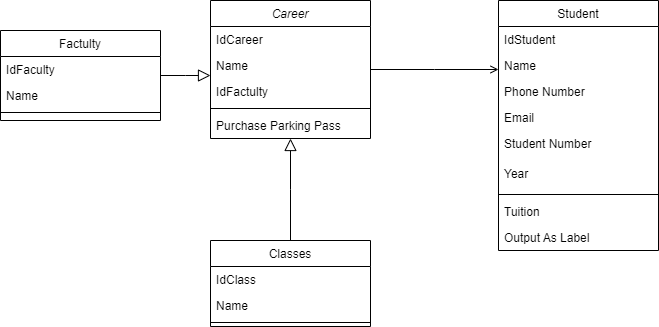
Earlier version of the draw.io export Untitled Diagram.drawio.png (GuilleAlvarado/draw). Source tidied: cells renumbered, new cells last; positions are measured from the earlier drawing's top-left corner, leaving out a move shared by most shapes. Its diagram source:
```xml
<mxGraphModel>
  <root>
    <mxCell id="0" />
    <mxCell id="1" parent="0" />
    <mxCell id="2" value="Career" style="swimlane;fontStyle=2;align=center;verticalAlign=top;horizontal=1;startSize=26;rounded=0;shadow=0;strokeWidth=1;" parent="1" vertex="1">
      <mxGeometry x="210" width="160" height="138" as="geometry" />
    </mxCell>
    <mxCell id="3" value="IdCareer" style="text;align=left;verticalAlign=top;spacingLeft=4;spacingRight=4;overflow=hidden;" parent="2" vertex="1">
      <mxGeometry y="26" width="160" height="26" as="geometry" />
    </mxCell>
    <mxCell id="4" value="Name" style="text;align=left;verticalAlign=top;spacingLeft=4;spacingRight=4;overflow=hidden;rounded=0;shadow=0;html=0;" parent="2" vertex="1">
      <mxGeometry y="52" width="160" height="26" as="geometry" />
    </mxCell>
    <mxCell id="5" value="IdFactulty" style="text;align=left;verticalAlign=top;spacingLeft=4;spacingRight=4;overflow=hidden;rounded=0;shadow=0;html=0;" parent="2" vertex="1">
      <mxGeometry y="78" width="160" height="26" as="geometry" />
    </mxCell>
    <mxCell id="6" style="line;html=1;strokeWidth=1;align=left;verticalAlign=middle;spacingTop=-1;spacingLeft=3;spacingRight=3;labelPosition=right;" parent="2" vertex="1">
      <mxGeometry y="104" width="160" height="8" as="geometry" />
    </mxCell>
    <mxCell id="7" value="Purchase Parking Pass" style="text;align=left;verticalAlign=top;spacingLeft=4;spacingRight=4;overflow=hidden;" parent="2" vertex="1">
      <mxGeometry y="112" width="160" height="26" as="geometry" />
    </mxCell>
    <mxCell id="8" value="Factulty" style="swimlane;fontStyle=0;align=center;verticalAlign=top;horizontal=1;startSize=26;rounded=0;shadow=0;strokeWidth=1;" parent="1" vertex="1">
      <mxGeometry y="30" width="160" height="90" as="geometry" />
    </mxCell>
    <mxCell id="9" value="IdFaculty" style="text;align=left;verticalAlign=top;spacingLeft=4;spacingRight=4;overflow=hidden;" parent="8" vertex="1">
      <mxGeometry y="26" width="160" height="26" as="geometry" />
    </mxCell>
    <mxCell id="10" value="Name" style="text;align=left;verticalAlign=top;spacingLeft=4;spacingRight=4;overflow=hidden;rounded=0;shadow=0;html=0;" parent="8" vertex="1">
      <mxGeometry y="52" width="160" height="26" as="geometry" />
    </mxCell>
    <mxCell id="11" style="line;html=1;strokeWidth=1;align=left;verticalAlign=middle;spacingTop=-1;spacingLeft=3;spacingRight=3;labelPosition=right;" parent="8" vertex="1">
      <mxGeometry y="78" width="160" height="8" as="geometry" />
    </mxCell>
    <mxCell id="12" style="endArrow=block;endSize=10;endFill=0;shadow=0;strokeWidth=1;rounded=0;edgeStyle=elbowEdgeStyle;elbow=vertical;" parent="1" edge="1" source="8" target="2">
      <mxGeometry relative="1" as="geometry" />
    </mxCell>
    <mxCell id="13" value="Classes" style="swimlane;fontStyle=0;align=center;verticalAlign=top;horizontal=1;startSize=26;rounded=0;shadow=0;strokeWidth=1;" parent="1" vertex="1">
      <mxGeometry x="210" y="240" width="160" height="86" as="geometry" />
    </mxCell>
    <mxCell id="14" value="IdClass" style="text;align=left;verticalAlign=top;spacingLeft=4;spacingRight=4;overflow=hidden;" parent="13" vertex="1">
      <mxGeometry y="26" width="160" height="26" as="geometry" />
    </mxCell>
    <mxCell id="15" value="Name" style="text;align=left;verticalAlign=top;spacingLeft=4;spacingRight=4;overflow=hidden;" parent="13" vertex="1">
      <mxGeometry y="52" width="160" height="26" as="geometry" />
    </mxCell>
    <mxCell id="16" style="line;html=1;strokeWidth=1;align=left;verticalAlign=middle;spacingTop=-1;spacingLeft=3;spacingRight=3;labelPosition=right;" parent="13" vertex="1">
      <mxGeometry y="78" width="160" height="8" as="geometry" />
    </mxCell>
    <mxCell id="17" style="endArrow=block;endSize=10;endFill=0;shadow=0;strokeWidth=1;rounded=0;edgeStyle=elbowEdgeStyle;elbow=vertical;" parent="1" edge="1" source="13" target="2">
      <mxGeometry relative="1" as="geometry" />
    </mxCell>
    <mxCell id="18" value="Student" style="swimlane;fontStyle=0;align=center;verticalAlign=top;horizontal=1;startSize=26;rounded=0;shadow=0;strokeWidth=1;" parent="1" vertex="1">
      <mxGeometry x="498" width="160" height="250" as="geometry" />
    </mxCell>
    <mxCell id="19" value="IdStudent" style="text;align=left;verticalAlign=top;spacingLeft=4;spacingRight=4;overflow=hidden;" parent="18" vertex="1">
      <mxGeometry y="26" width="160" height="26" as="geometry" />
    </mxCell>
    <mxCell id="20" value="Name" style="text;align=left;verticalAlign=top;spacingLeft=4;spacingRight=4;overflow=hidden;rounded=0;shadow=0;html=0;" parent="18" vertex="1">
      <mxGeometry y="52" width="160" height="26" as="geometry" />
    </mxCell>
    <mxCell id="21" value="Phone Number " style="text;align=left;verticalAlign=top;spacingLeft=4;spacingRight=4;overflow=hidden;rounded=0;shadow=0;html=0;" parent="18" vertex="1">
      <mxGeometry y="78" width="160" height="26" as="geometry" />
    </mxCell>
    <mxCell id="22" value="Email" style="text;align=left;verticalAlign=top;spacingLeft=4;spacingRight=4;overflow=hidden;rounded=0;shadow=0;html=0;" parent="18" vertex="1">
      <mxGeometry y="104" width="160" height="26" as="geometry" />
    </mxCell>
    <mxCell id="23" value="Student Number" style="text;align=left;verticalAlign=top;spacingLeft=4;spacingRight=4;overflow=hidden;rounded=0;shadow=0;html=0;" parent="18" vertex="1">
      <mxGeometry y="130" width="160" height="30" as="geometry" />
    </mxCell>
    <mxCell id="24" value="Year" style="text;align=left;verticalAlign=top;spacingLeft=4;spacingRight=4;overflow=hidden;rounded=0;shadow=0;html=0;" parent="18" vertex="1">
      <mxGeometry y="160" width="160" height="30" as="geometry" />
    </mxCell>
    <mxCell id="25" style="line;html=1;strokeWidth=1;align=left;verticalAlign=middle;spacingTop=-1;spacingLeft=3;spacingRight=3;labelPosition=right;" parent="18" vertex="1">
      <mxGeometry y="190" width="160" height="8" as="geometry" />
    </mxCell>
    <mxCell id="26" value="Tuition" style="text;align=left;verticalAlign=top;spacingLeft=4;spacingRight=4;overflow=hidden;" parent="18" vertex="1">
      <mxGeometry y="198" width="160" height="26" as="geometry" />
    </mxCell>
    <mxCell id="27" value="Output As Label" style="text;align=left;verticalAlign=top;spacingLeft=4;spacingRight=4;overflow=hidden;points=[[0,0.5],[1,0.5]];portConstraint=eastwest;" parent="18" vertex="1">
      <mxGeometry y="224" width="160" height="26" as="geometry" />
    </mxCell>
    <mxCell id="28" style="endArrow=open;shadow=0;strokeWidth=1;rounded=0;endFill=1;edgeStyle=elbowEdgeStyle;elbow=vertical;" parent="1" edge="1" source="2" target="18">
      <mxGeometry x="0.5" y="41" relative="1" as="geometry">
        <mxPoint x="-40" y="32" as="offset" />
      </mxGeometry>
    </mxCell>
  </root>
</mxGraphModel>
```
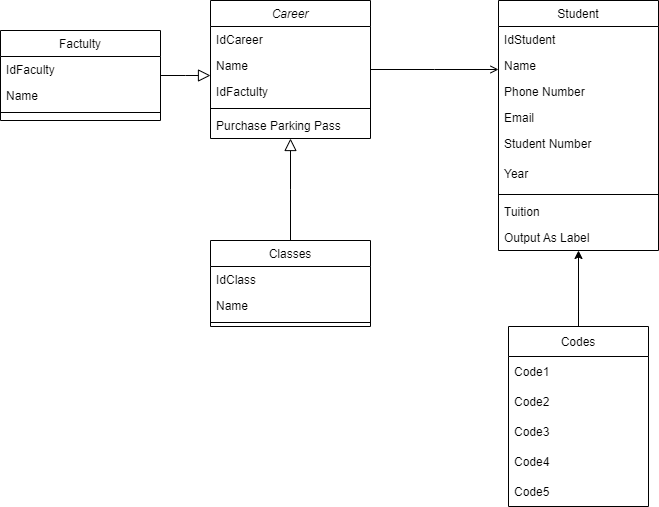
The same file after the commit.

Change to the diagram source:
```diff
@@ -85,5 +85,26 @@
         <mxPoint x="-40" y="32" as="offset" />
       </mxGeometry>
     </mxCell>
+    <mxCell id="29" style="edgeStyle=orthogonalEdgeStyle;rounded=0;jettySize=auto;html=1;exitX=0.5;exitY=0;exitDx=0;exitDy=0;entryX=0.5;entryY=1;entryDx=0;entryDy=0;entryPerimeter=0;" parent="1" edge="1" source="30" target="27">
+      <mxGeometry relative="1" as="geometry" />
+    </mxCell>
+    <mxCell id="30" value="Codes" style="swimlane;fontStyle=0;horizontal=1;startSize=30;" parent="1" vertex="1">
+      <mxGeometry x="508" y="326" width="140" height="180" as="geometry" />
+    </mxCell>
+    <mxCell id="31" value="Code1" style="text;strokeColor=none;fillColor=none;align=left;verticalAlign=middle;spacingLeft=4;spacingRight=4;overflow=hidden;" parent="30" vertex="1">
+      <mxGeometry y="30" width="140" height="30" as="geometry" />
+    </mxCell>
+    <mxCell id="32" value="Code2" style="text;strokeColor=none;fillColor=none;align=left;verticalAlign=middle;spacingLeft=4;spacingRight=4;overflow=hidden;" parent="30" vertex="1">
+      <mxGeometry y="60" width="140" height="30" as="geometry" />
+    </mxCell>
+    <mxCell id="33" value="Code3" style="text;strokeColor=none;fillColor=none;align=left;verticalAlign=middle;spacingLeft=4;spacingRight=4;overflow=hidden;" parent="30" vertex="1">
+      <mxGeometry y="90" width="140" height="30" as="geometry" />
+    </mxCell>
+    <mxCell id="34" value="Code4" style="text;strokeColor=none;fillColor=none;align=left;verticalAlign=middle;spacingLeft=4;spacingRight=4;overflow=hidden;" parent="30" vertex="1">
+      <mxGeometry y="120" width="140" height="30" as="geometry" />
+    </mxCell>
+    <mxCell id="35" value="Code5" style="text;strokeColor=none;fillColor=none;align=left;verticalAlign=middle;spacingLeft=4;spacingRight=4;overflow=hidden;" parent="30" vertex="1">
+      <mxGeometry y="150" width="140" height="30" as="geometry" />
+    </mxCell>
   </root>
 </mxGraphModel>
```
